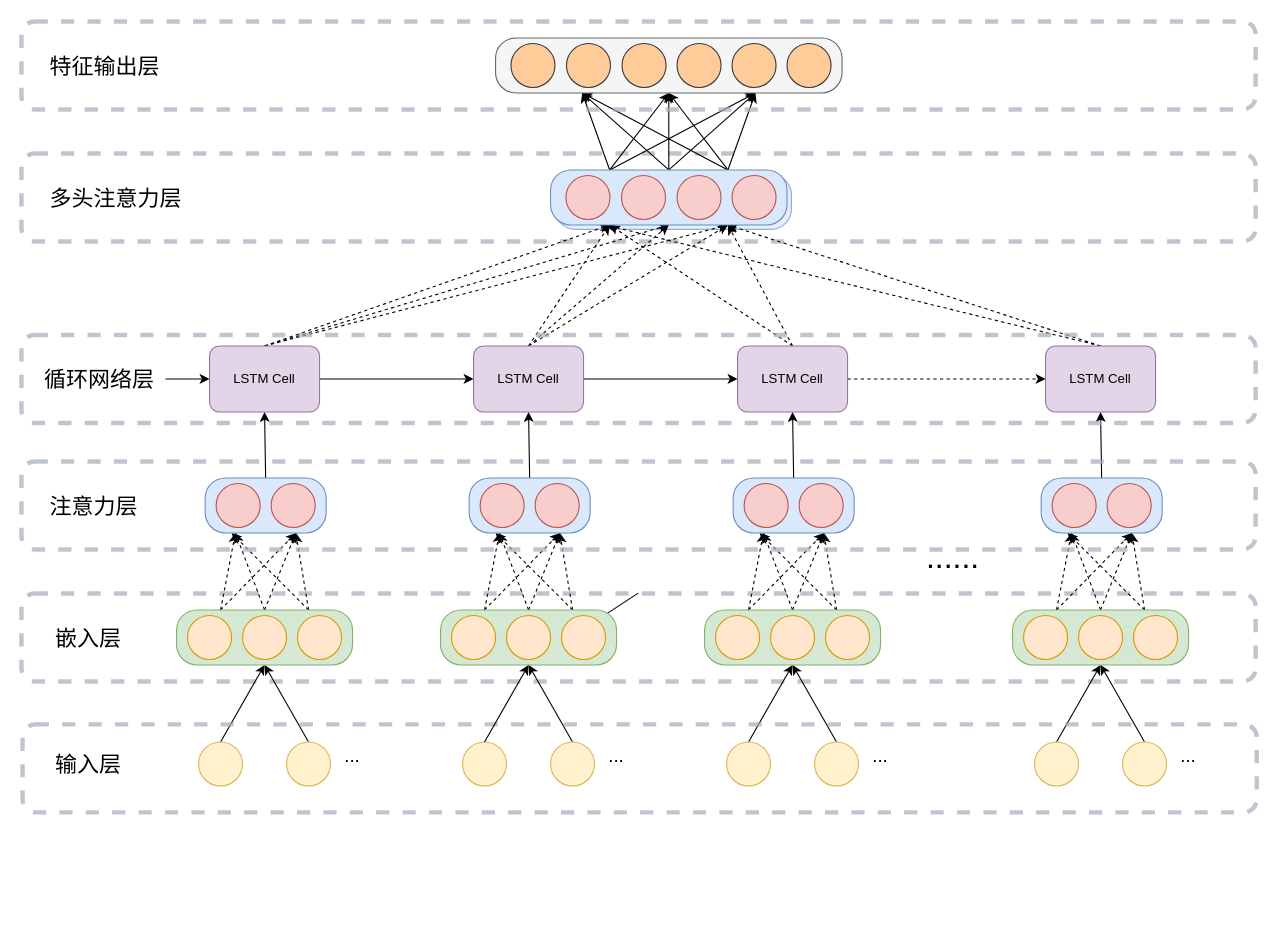
This is 专利图2.drawio from qq547276542/draw.io, a draw.io file, before an edit. Source tidied: cells renumbered, new cells numbered last; positions are measured from the earlier drawing's top-left corner, leaving out a move shared by most shapes. Both pictures are drawn from the tidied source at 110%, with x=0, y=0 at pixel (21, 21).
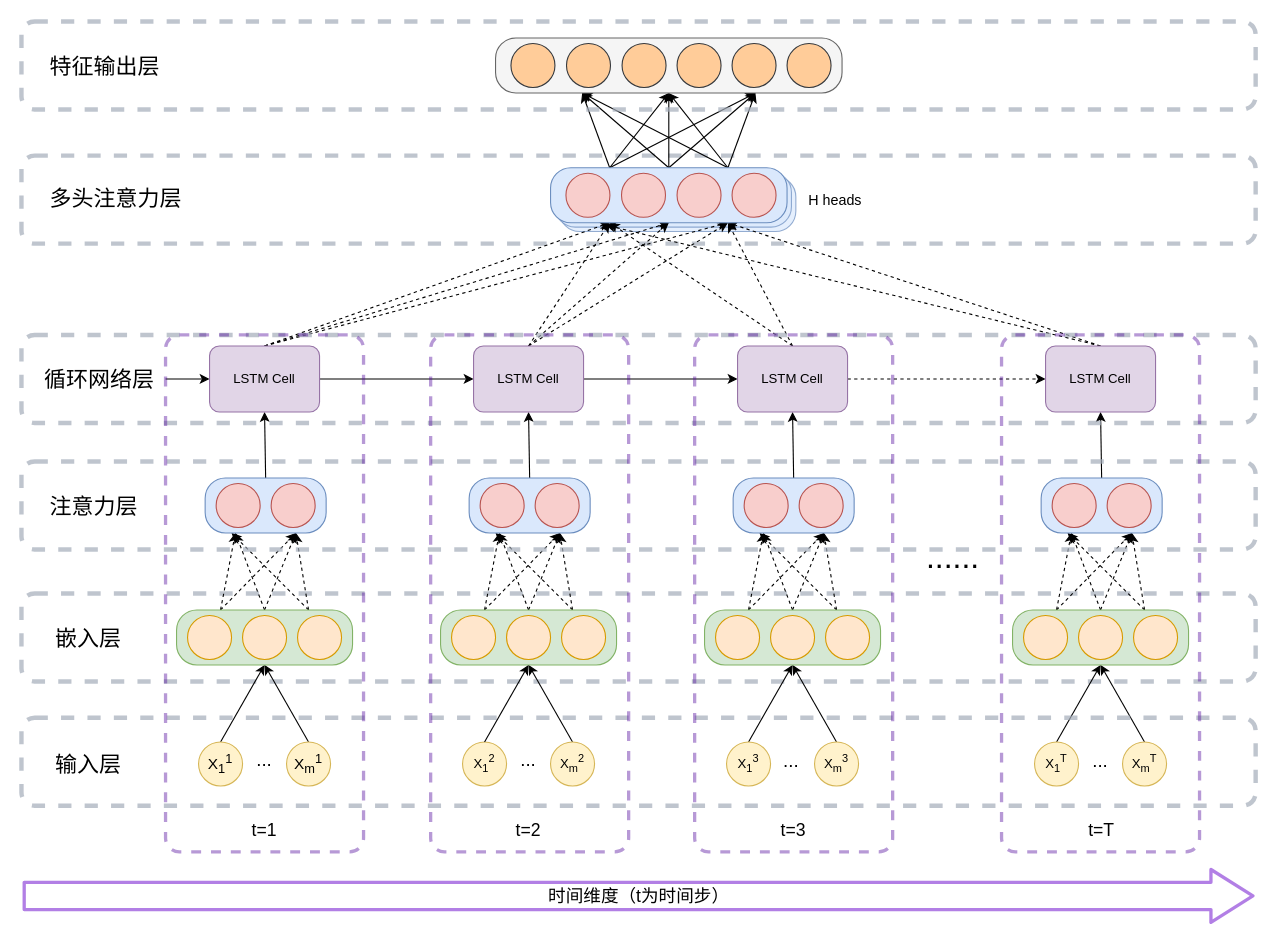
The same diagram, later.

Unchanged cells that the change refers to:
```xml
<mxCell id="40" style="rounded=1;whiteSpace=wrap;html=1;arcSize=37;fillColor=#d5e8d4;strokeColor=#82b366;" parent="1" vertex="1">
  <mxGeometry x="381" y="535" width="160" height="50" as="geometry" />
</mxCell>
```

The edit, as a diff of the source:
```diff
@@
+    <mxCell id="132" style="rounded=1;whiteSpace=wrap;html=1;arcSize=37;fillColor=#dae8fc;strokeColor=#6c8ebf;opacity=70;" parent="1" vertex="1">
+      <mxGeometry x="489" y="141" width="215" height="50" as="geometry" />
+    </mxCell>
@@
     <mxCell id="3" style="rounded=1;whiteSpace=wrap;html=1;fillColor=none;dashed=1;strokeWidth=4;strokeColor=#A4ADBA;opacity=70;" parent="1" vertex="1">
-      <mxGeometry y="120" width="1122" height="80" as="geometry" />
+      <mxGeometry y="122" width="1122" height="80" as="geometry" />
     </mxCell>
     <mxCell id="4" style="rounded=1;whiteSpace=wrap;html=1;arcSize=37;fillColor=#dae8fc;strokeColor=#6c8ebf;opacity=70;" parent="1" vertex="1">
-      <mxGeometry x="485" y="139" width="215" height="50" as="geometry" />
+      <mxGeometry x="485" y="137" width="215" height="50" as="geometry" />
     </mxCell>
@@
-    <mxCell id="6" style="ellipse;whiteSpace=wrap;html=1;fillColor=#fff2cc;strokeColor=#d6b656;" parent="1" vertex="1">
+    <mxCell id="6" value="&lt;font style=&quot;font-size: 14px&quot;&gt;X&lt;sub&gt;1&lt;/sub&gt;&lt;sup&gt;1&lt;/sup&gt;&lt;/font&gt;" style="ellipse;whiteSpace=wrap;html=1;fillColor=#fff2cc;strokeColor=#d6b656;" parent="1" vertex="1">
       <mxGeometry x="161" y="655" width="40" height="40" as="geometry" />
     </mxCell>
@@
-    <mxCell id="8" style="ellipse;whiteSpace=wrap;html=1;fillColor=#fff2cc;strokeColor=#d6b656;" parent="1" vertex="1">
+    <mxCell id="8" value="&lt;font style=&quot;font-size: 14px&quot;&gt;X&lt;sub&gt;m&lt;/sub&gt;&lt;sup&gt;1&lt;/sup&gt;&lt;/font&gt;" style="ellipse;whiteSpace=wrap;html=1;fillColor=#fff2cc;strokeColor=#d6b656;" parent="1" vertex="1">
       <mxGeometry x="241" y="655" width="40" height="40" as="geometry" />
     </mxCell>
@@
     <mxCell id="19" value="&lt;font style=&quot;font-size: 17px&quot;&gt;...&lt;/font&gt;" style="text;html=1;strokeColor=none;fillColor=none;align=center;verticalAlign=middle;whiteSpace=wrap;rounded=0;" parent="1" vertex="1">
-      <mxGeometry x="281" y="659" width="40" height="20" as="geometry" />
+      <mxGeometry x="201" y="662" width="40" height="20" as="geometry" />
     </mxCell>
@@
-    <mxCell id="30" style="rounded=0;jettySize=auto;html=1;exitX=0.5;exitY=0;exitDx=0;exitDy=0;entryX=0.5;entryY=1;entryDx=0;entryDy=0;" parent="1" edge="1" target="40">
-      <mxGeometry relative="1" as="geometry">
-        <mxPoint x="560.7" y="519.7" as="sourcePoint" />
-      </mxGeometry>
-    </mxCell>
-    <mxCell id="31" style="ellipse;whiteSpace=wrap;html=1;fillColor=#fff2cc;strokeColor=#d6b656;" parent="1" vertex="1">
+    <mxCell id="31" value="X&lt;sub&gt;1&lt;/sub&gt;&lt;sup&gt;2&lt;/sup&gt;" style="ellipse;whiteSpace=wrap;html=1;fillColor=#fff2cc;strokeColor=#d6b656;" parent="1" vertex="1">
       <mxGeometry x="401" y="655" width="40" height="40" as="geometry" />
     </mxCell>
@@
-    <mxCell id="33" style="ellipse;whiteSpace=wrap;html=1;fillColor=#fff2cc;strokeColor=#d6b656;" parent="1" vertex="1">
+    <mxCell id="33" value="X&lt;sub&gt;m&lt;/sub&gt;&lt;sup&gt;2&lt;/sup&gt;" style="ellipse;whiteSpace=wrap;html=1;fillColor=#fff2cc;strokeColor=#d6b656;" parent="1" vertex="1">
       <mxGeometry x="481" y="655" width="40" height="40" as="geometry" />
     </mxCell>
@@
     <mxCell id="44" value="&lt;font style=&quot;font-size: 17px&quot;&gt;...&lt;/font&gt;" style="text;html=1;strokeColor=none;fillColor=none;align=center;verticalAlign=middle;whiteSpace=wrap;rounded=0;" parent="1" vertex="1">
-      <mxGeometry x="521" y="659" width="40" height="20" as="geometry" />
+      <mxGeometry x="441" y="662" width="40" height="20" as="geometry" />
     </mxCell>
@@
-    <mxCell id="55" style="ellipse;whiteSpace=wrap;html=1;fillColor=#fff2cc;strokeColor=#d6b656;" parent="1" vertex="1">
+    <mxCell id="55" value="X&lt;sub&gt;1&lt;/sub&gt;&lt;sup&gt;3&lt;/sup&gt;" style="ellipse;whiteSpace=wrap;html=1;fillColor=#fff2cc;strokeColor=#d6b656;" parent="1" vertex="1">
       <mxGeometry x="641" y="655" width="40" height="40" as="geometry" />
     </mxCell>
@@
-    <mxCell id="57" style="ellipse;whiteSpace=wrap;html=1;fillColor=#fff2cc;strokeColor=#d6b656;" parent="1" vertex="1">
+    <mxCell id="57" value="X&lt;sub&gt;m&lt;/sub&gt;&lt;sup&gt;3&lt;/sup&gt;" style="ellipse;whiteSpace=wrap;html=1;fillColor=#fff2cc;strokeColor=#d6b656;" parent="1" vertex="1">
       <mxGeometry x="721" y="655" width="40" height="40" as="geometry" />
     </mxCell>
@@
     <mxCell id="68" value="&lt;font style=&quot;font-size: 17px&quot;&gt;...&lt;/font&gt;" style="text;html=1;strokeColor=none;fillColor=none;align=center;verticalAlign=middle;whiteSpace=wrap;rounded=0;" parent="1" vertex="1">
-      <mxGeometry x="761" y="659" width="40" height="20" as="geometry" />
+      <mxGeometry x="680" y="663" width="40" height="20" as="geometry" />
     </mxCell>
@@
-    <mxCell id="78" style="ellipse;whiteSpace=wrap;html=1;fillColor=#fff2cc;strokeColor=#d6b656;" parent="1" vertex="1">
+    <mxCell id="78" value="X&lt;sub&gt;1&lt;/sub&gt;&lt;sup&gt;T&lt;/sup&gt;" style="ellipse;whiteSpace=wrap;html=1;fillColor=#fff2cc;strokeColor=#d6b656;" parent="1" vertex="1">
       <mxGeometry x="921" y="655" width="40" height="40" as="geometry" />
     </mxCell>
@@
-    <mxCell id="80" style="ellipse;whiteSpace=wrap;html=1;fillColor=#fff2cc;strokeColor=#d6b656;" parent="1" vertex="1">
+    <mxCell id="80" value="X&lt;sub&gt;m&lt;/sub&gt;&lt;sup&gt;T&lt;/sup&gt;" style="ellipse;whiteSpace=wrap;html=1;fillColor=#fff2cc;strokeColor=#d6b656;" parent="1" vertex="1">
       <mxGeometry x="1001" y="655" width="40" height="40" as="geometry" />
     </mxCell>
@@
     <mxCell id="91" value="&lt;font style=&quot;font-size: 17px&quot;&gt;...&lt;/font&gt;" style="text;html=1;strokeColor=none;fillColor=none;align=center;verticalAlign=middle;whiteSpace=wrap;rounded=0;" parent="1" vertex="1">
-      <mxGeometry x="1041" y="659" width="40" height="20" as="geometry" />
+      <mxGeometry x="961" y="663" width="40" height="20" as="geometry" />
     </mxCell>
@@
     <mxCell id="109" style="rounded=1;whiteSpace=wrap;html=1;arcSize=37;fillColor=#dae8fc;strokeColor=#6c8ebf;" parent="1" vertex="1">
-      <mxGeometry x="481" y="135" width="215" height="50" as="geometry" />
+      <mxGeometry x="481" y="133" width="215" height="50" as="geometry" />
     </mxCell>
     <mxCell id="110" style="ellipse;whiteSpace=wrap;html=1;fillColor=#f8cecc;strokeColor=#b85450;" parent="1" vertex="1">
-      <mxGeometry x="596" y="140" width="40" height="40" as="geometry" />
+      <mxGeometry x="596" y="138" width="40" height="40" as="geometry" />
     </mxCell>
     <mxCell id="111" style="ellipse;whiteSpace=wrap;html=1;fillColor=#f8cecc;strokeColor=#b85450;" parent="1" vertex="1">
-      <mxGeometry x="646" y="140" width="40" height="40" as="geometry" />
+      <mxGeometry x="646" y="138" width="40" height="40" as="geometry" />
     </mxCell>
     <mxCell id="112" style="ellipse;whiteSpace=wrap;html=1;fillColor=#f8cecc;strokeColor=#b85450;" parent="1" vertex="1">
-      <mxGeometry x="545.5" y="140" width="40" height="40" as="geometry" />
+      <mxGeometry x="545.5" y="138" width="40" height="40" as="geometry" />
     </mxCell>
     <mxCell id="113" style="ellipse;whiteSpace=wrap;html=1;fillColor=#f8cecc;strokeColor=#b85450;" parent="1" vertex="1">
-      <mxGeometry x="495" y="140" width="40" height="40" as="geometry" />
+      <mxGeometry x="495" y="138" width="40" height="40" as="geometry" />
     </mxCell>
@@
     <mxCell id="121" style="rounded=1;whiteSpace=wrap;html=1;fillColor=none;dashed=1;strokeWidth=4;strokeColor=#A4ADBA;opacity=70;" parent="1" vertex="1">
-      <mxGeometry x="1" y="639" width="1122" height="80" as="geometry" />
+      <mxGeometry y="633" width="1122" height="80" as="geometry" />
     </mxCell>
@@
+    <mxCell id="133" value="&lt;span style=&quot;font-size: 13px;&quot;&gt;H heads&lt;/span&gt;" style="text;html=1;strokeColor=none;fillColor=none;align=center;verticalAlign=middle;whiteSpace=wrap;rounded=0;dashed=1;opacity=70;fontSize=13;" parent="1" vertex="1">
+      <mxGeometry x="675" y="152" width="130" height="20" as="geometry" />
+    </mxCell>
+    <mxCell id="134" value="t=1" style="text;html=1;strokeColor=none;fillColor=none;align=center;verticalAlign=middle;whiteSpace=wrap;rounded=0;fontSize=16;" parent="1" vertex="1">
+      <mxGeometry x="201" y="725" width="40" height="20" as="geometry" />
+    </mxCell>
+    <mxCell id="135" value="t=2" style="text;html=1;strokeColor=none;fillColor=none;align=center;verticalAlign=middle;whiteSpace=wrap;rounded=0;fontSize=16;" parent="1" vertex="1">
+      <mxGeometry x="441" y="725" width="40" height="20" as="geometry" />
+    </mxCell>
+    <mxCell id="136" value="t=3" style="text;html=1;strokeColor=none;fillColor=none;align=center;verticalAlign=middle;whiteSpace=wrap;rounded=0;fontSize=16;" parent="1" vertex="1">
+      <mxGeometry x="682" y="725" width="40" height="20" as="geometry" />
+    </mxCell>
+    <mxCell id="137" value="t=T" style="text;html=1;strokeColor=none;fillColor=none;align=center;verticalAlign=middle;whiteSpace=wrap;rounded=0;fontSize=16;" parent="1" vertex="1">
+      <mxGeometry x="962" y="725" width="40" height="20" as="geometry" />
+    </mxCell>
+    <mxCell id="138" style="rounded=1;whiteSpace=wrap;html=1;fillColor=none;dashed=1;strokeWidth=3;strokeColor=#4C0099;opacity=40;arcSize=7;" parent="1" vertex="1">
+      <mxGeometry x="131" y="285" width="180" height="470" as="geometry" />
+    </mxCell>
+    <mxCell id="139" style="rounded=1;whiteSpace=wrap;html=1;fillColor=none;dashed=1;strokeWidth=3;strokeColor=#4C0099;opacity=40;arcSize=7;" parent="1" vertex="1">
+      <mxGeometry x="372" y="285" width="180" height="470" as="geometry" />
+    </mxCell>
+    <mxCell id="140" style="rounded=1;whiteSpace=wrap;html=1;fillColor=none;dashed=1;strokeWidth=3;strokeColor=#4C0099;opacity=40;arcSize=7;" parent="1" vertex="1">
+      <mxGeometry x="612" y="285" width="180" height="470" as="geometry" />
+    </mxCell>
+    <mxCell id="141" style="rounded=1;whiteSpace=wrap;html=1;fillColor=none;dashed=1;strokeWidth=3;strokeColor=#4C0099;opacity=40;arcSize=7;" parent="1" vertex="1">
+      <mxGeometry x="891" y="285" width="180" height="470" as="geometry" />
+    </mxCell>
+    <mxCell id="142" value="时间维度（t为时间步）" style="shape=flexArrow;endArrow=classic;html=1;strokeColor=#6600CC;strokeWidth=3;fontSize=16;opacity=50;endWidth=20.20408163265306;endSize=11.714285714285714;width=22.857142857142858;" parent="1" edge="1">
+      <mxGeometry relative="1" as="geometry">
+        <mxPoint x="1" y="795" as="sourcePoint" />
+        <mxPoint x="1121" y="795" as="targetPoint" />
+      </mxGeometry>
+    </mxCell>
```
